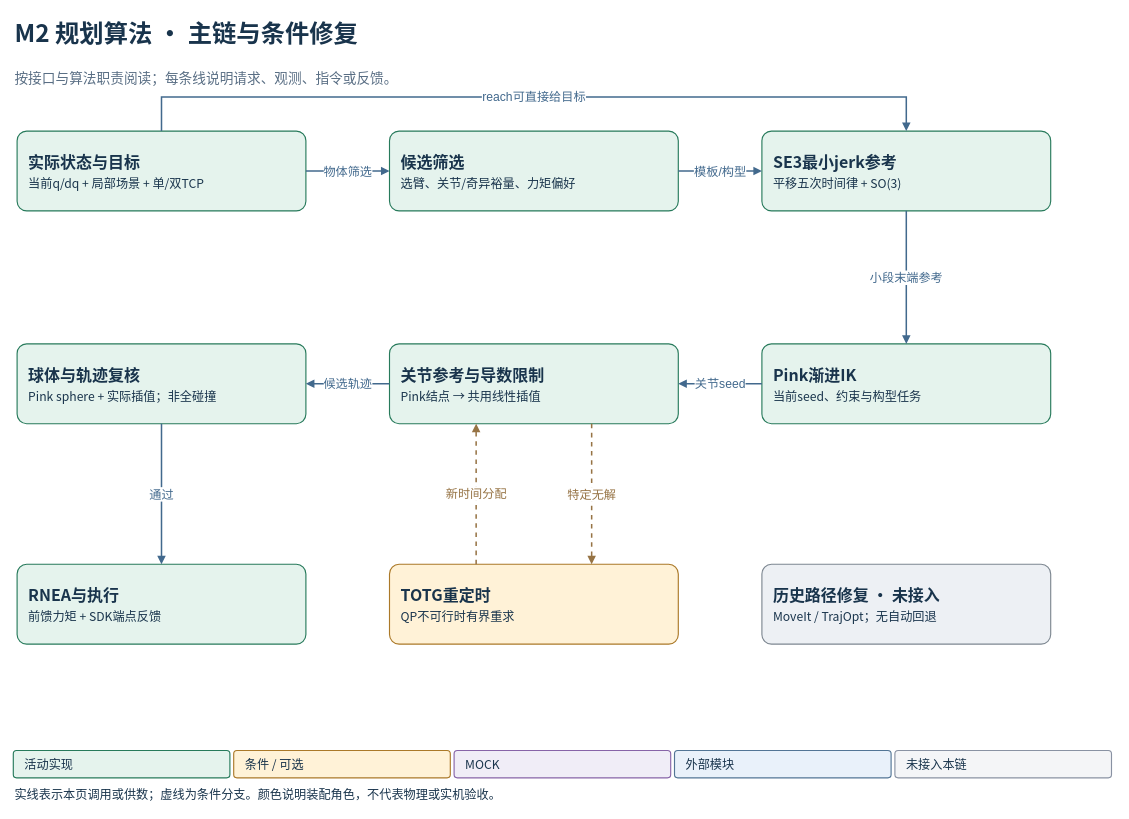
Earlier version of the draw.io diagram page "M2 规划算法 · Pink固定主链" (2 of 3) of site/diagrams/manipulation-runtime.drawio (gao377/gao377.github.io). Source tidied: cells renumbered, new cells numbered last; positions are measured from the earlier drawing's top-left corner, leaving out a move shared by most shapes. Both pictures are drawn from the tidied source at 76%, with x=0, y=0 at pixel (13, 13).
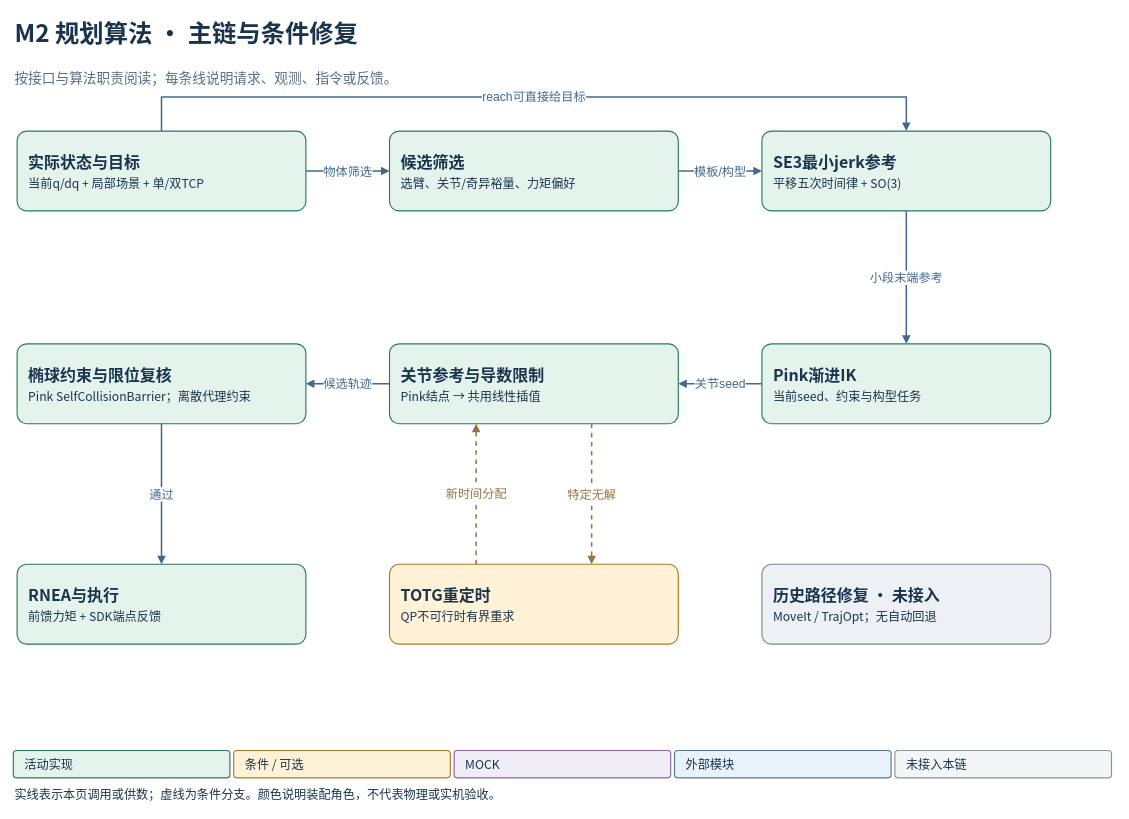
After the change.

What changed in the source:
```diff
@@
-    <mxCell id="9" value="&lt;b&gt;球体与轨迹复核&lt;/b&gt;&lt;br&gt;&lt;font style=&quot;font-size:16px&quot;&gt;Pink sphere + 实际插值；非全碰撞&lt;/font&gt;" style="rounded=1;whiteSpace=wrap;html=1;fillColor=#E5F3ED;strokeColor=#277A5B;strokeWidth=1.5;fontFamily=Noto Sans CJK SC;fontSize=21;fontColor=#19344C;align=left;verticalAlign=middle;spacing=15;arcSize=12;" parent="1" vertex="1">
+    <mxCell id="9" value="&lt;b&gt;椭球约束与限位复核&lt;/b&gt;&lt;br&gt;&lt;font style=&quot;font-size:16px&quot;&gt;Pink SelfCollisionBarrier；离散代理约束&lt;/font&gt;" style="rounded=1;whiteSpace=wrap;html=1;fillColor=#E5F3ED;strokeColor=#277A5B;strokeWidth=1.5;fontFamily=Noto Sans CJK SC;fontSize=21;fontColor=#19344C;align=left;verticalAlign=middle;spacing=15;arcSize=12;" parent="1" vertex="1">
       <mxGeometry x="5" y="435" width="380" height="105" as="geometry" />
     </mxCell>
```
